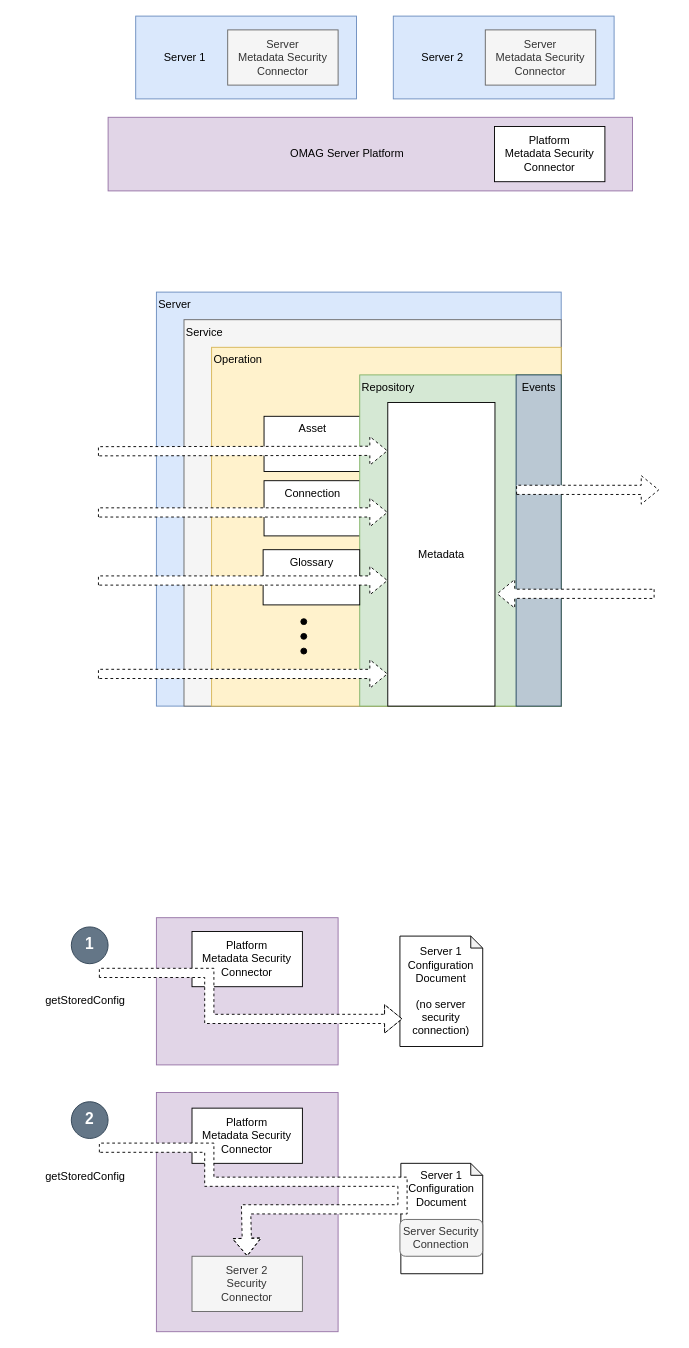
Before: page "security-overview" (1 of 5) of site/docs/features/metadata-security/metadata-security.drawio in odpi/egeria-docs, a draw.io diagram. Source tidied: cells renumbered, new cells numbered last; positions are measured from the earlier drawing's top-left corner, leaving out a move shared by most shapes. Both pictures are drawn from the tidied source at 92%, with x=0, y=0 at pixel (34, 16).
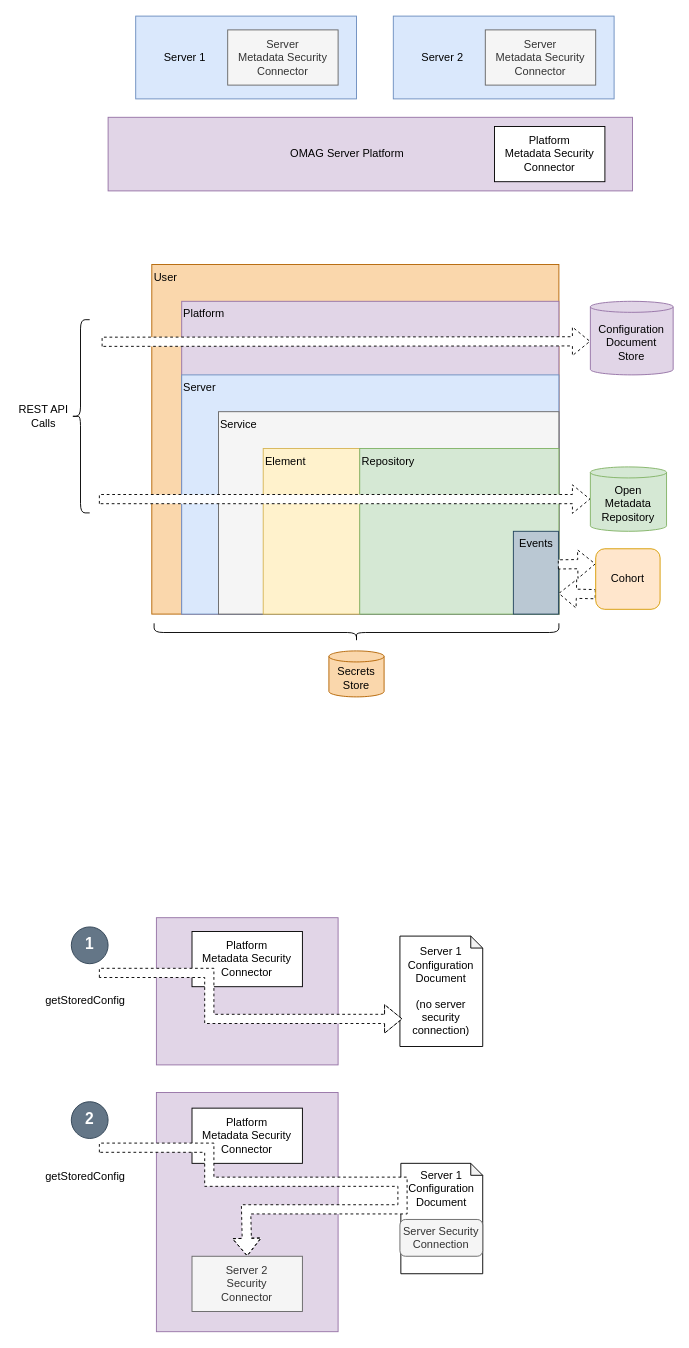
The same diagram, later.

Diff of the diagram source:
```diff
@@
+    <mxCell id="41" value="User" style="rounded=0;whiteSpace=wrap;html=1;spacingRight=50;fillColor=#fad7ac;strokeColor=#b46504;verticalAlign=top;align=left;" parent="1" vertex="1">
+      <mxGeometry x="127.5" y="270" width="442.5" height="380" as="geometry" />
+    </mxCell>
+    <mxCell id="42" value="Platform" style="rounded=0;whiteSpace=wrap;html=1;spacingRight=50;fillColor=#e1d5e7;strokeColor=#9673a6;verticalAlign=top;align=left;" parent="1" vertex="1">
+      <mxGeometry x="160" y="310" width="410" height="340" as="geometry" />
+    </mxCell>
@@
     <mxCell id="8" value="Server" style="rounded=0;whiteSpace=wrap;html=1;align=left;verticalAlign=top;fillColor=#dae8fc;strokeColor=#6c8ebf;" parent="1" vertex="1">
-      <mxGeometry x="132.5" y="300" width="440" height="450" as="geometry" />
+      <mxGeometry x="160" y="390" width="410" height="260" as="geometry" />
     </mxCell>
     <mxCell id="9" value="Service" style="rounded=0;whiteSpace=wrap;html=1;align=left;verticalAlign=top;fillColor=#f5f5f5;strokeColor=#666666;" parent="1" vertex="1">
-      <mxGeometry x="162.5" y="330" width="410" height="420" as="geometry" />
+      <mxGeometry x="200" y="430" width="370" height="220" as="geometry" />
     </mxCell>
-    <mxCell id="10" value="Operation" style="rounded=0;whiteSpace=wrap;html=1;align=left;verticalAlign=top;fillColor=#fff2cc;strokeColor=#d6b656;" parent="1" vertex="1">
-      <mxGeometry x="192.5" y="360" width="380" height="390" as="geometry" />
-    </mxCell>
-    <mxCell id="11" value="Asset" style="rounded=0;whiteSpace=wrap;html=1;align=center;verticalAlign=top;" parent="1" vertex="1">
-      <mxGeometry x="249.5" y="435" width="105" height="60" as="geometry" />
+    <mxCell id="11" value="Element" style="rounded=0;whiteSpace=wrap;html=1;align=left;verticalAlign=top;fillColor=#fff2cc;strokeColor=#d6b656;" parent="1" vertex="1">
+      <mxGeometry x="248.6" y="470" width="105" height="180" as="geometry" />
     </mxCell>
-    <mxCell id="12" value="Connection" style="rounded=0;whiteSpace=wrap;html=1;align=center;verticalAlign=top;" parent="1" vertex="1">
-      <mxGeometry x="249.5" y="505" width="105" height="60" as="geometry" />
-    </mxCell>
-    <mxCell id="13" style="group;" parent="1" vertex="1">
-      <mxGeometry x="289.5" y="655" width="8" height="40" as="geometry" />
-    </mxCell>
-    <mxCell id="14" style="ellipse;whiteSpace=wrap;html=1;align=center;fillColor=#000000;" parent="13" vertex="1">
-      <mxGeometry width="6.4" height="6.4" as="geometry" />
-    </mxCell>
-    <mxCell id="15" style="ellipse;whiteSpace=wrap;html=1;align=center;fillColor=#000000;" parent="13" vertex="1">
-      <mxGeometry y="16" width="6.4" height="6.4" as="geometry" />
-    </mxCell>
-    <mxCell id="16" style="ellipse;whiteSpace=wrap;html=1;align=center;fillColor=#000000;" parent="13" vertex="1">
-      <mxGeometry y="32" width="6.4" height="6.4" as="geometry" />
-    </mxCell>
     <mxCell id="17" value="&lt;div style=&quot;text-align: left&quot;&gt;&lt;span&gt;Repository&lt;/span&gt;&lt;/div&gt;" style="rounded=0;whiteSpace=wrap;html=1;fillColor=#d5e8d4;fontColor=#000000;align=left;verticalAlign=top;strokeColor=#82b366;" parent="1" vertex="1">
-      <mxGeometry x="353.5" y="390" width="219" height="360" as="geometry" />
+      <mxGeometry x="353.5" y="470" width="216.5" height="180" as="geometry" />
     </mxCell>
-    <mxCell id="18" style="shape=flexArrow;endArrow=classic;html=1;fillColor=#ffffff;dashed=1;entryX=0;entryY=0.25;" parent="1" edge="1">
+    <mxCell id="18" style="shape=flexArrow;endArrow=classic;html=1;fillColor=#ffffff;dashed=1;entryX=0;entryY=0.5;entryDx=0;entryDy=0;entryPerimeter=0;" parent="1" edge="1" target="46">
       <mxGeometry relative="1" as="geometry">
-        <mxPoint x="69" y="473" as="sourcePoint" />
-        <mxPoint x="384" y="472.5" as="targetPoint" />
+        <mxPoint x="70" y="525" as="sourcePoint" />
       </mxGeometry>
     </mxCell>
-    <mxCell id="19" style="shape=flexArrow;endArrow=classic;html=1;fillColor=#ffffff;dashed=1;entryX=0;entryY=0.25;" parent="1" edge="1">
-      <mxGeometry relative="1" as="geometry">
-        <mxPoint x="69" y="539.5" as="sourcePoint" />
-        <mxPoint x="384" y="539.5" as="targetPoint" />
-      </mxGeometry>
-    </mxCell>
-    <mxCell id="20" style="shape=flexArrow;endArrow=classic;html=1;fillColor=#ffffff;dashed=1;entryX=0;entryY=0.894;entryDx=0;entryDy=0;entryPerimeter=0;" parent="1" edge="1" target="22">
-      <mxGeometry relative="1" as="geometry">
-        <mxPoint x="69" y="715" as="sourcePoint" />
-      </mxGeometry>
-    </mxCell>
     <mxCell id="21" value="Events" style="rounded=0;whiteSpace=wrap;html=1;fillColor=#bac8d3;strokeColor=#23445d;verticalAlign=top;" parent="1" vertex="1">
-      <mxGeometry x="523.5" y="390" width="49" height="360" as="geometry" />
+      <mxGeometry x="520.5" y="560" width="49" height="90" as="geometry" />
     </mxCell>
-    <mxCell id="22" value="Metadata" style="rounded=0;whiteSpace=wrap;html=1;align=center;verticalAlign=middle;fillColor=#ffffff;strokeColor=#000000;" parent="1" vertex="1">
-      <mxGeometry x="384" y="420" width="116.5" height="330" as="geometry" />
-    </mxCell>
-    <mxCell id="23" style="shape=flexArrow;endArrow=classic;html=1;fillColor=#ffffff;dashed=1;exitX=0;exitY=0.347;exitDx=0;exitDy=0;exitPerimeter=0;" parent="1" edge="1" source="21">
+    <mxCell id="23" style="shape=flexArrow;endArrow=classic;html=1;fillColor=#ffffff;dashed=1;exitX=0.995;exitY=0.212;exitDx=0;exitDy=0;exitPerimeter=0;entryX=0;entryY=0.25;entryDx=0;entryDy=0;" parent="1" edge="1" target="43">
       <mxGeometry relative="1" as="geometry">
-        <mxPoint x="679" y="515" as="targetPoint" />
+        <mxPoint x="568.9" y="596" as="sourcePoint" />
       </mxGeometry>
     </mxCell>
-    <mxCell id="24" style="shape=flexArrow;endArrow=classic;html=1;fillColor=#ffffff;dashed=1;entryX=1.017;entryY=0.63;entryDx=0;entryDy=0;entryPerimeter=0;" parent="1" edge="1" target="22">
-      <mxGeometry relative="1" as="geometry">
-        <mxPoint x="674" y="628" as="sourcePoint" />
-      </mxGeometry>
+    <mxCell id="24" style="shape=flexArrow;endArrow=classic;html=1;fillColor=#ffffff;dashed=1;entryX=1;entryY=0.75;entryDx=0;entryDy=0;exitX=0;exitY=0.75;exitDx=0;exitDy=0;" parent="1" edge="1" source="43" target="21">
+      <mxGeometry relative="1" as="geometry" />
     </mxCell>
-    <mxCell id="25" value="Glossary" style="rounded=0;whiteSpace=wrap;html=1;align=center;verticalAlign=top;" parent="1" vertex="1">
-      <mxGeometry x="248.5" y="580" width="105" height="60" as="geometry" />
-    </mxCell>
-    <mxCell id="26" style="shape=flexArrow;endArrow=classic;html=1;fillColor=#ffffff;dashed=1;entryX=0;entryY=0.25;" parent="1" edge="1">
-      <mxGeometry relative="1" as="geometry">
-        <mxPoint x="69" y="613.5" as="sourcePoint" />
-        <mxPoint x="384" y="613.5" as="targetPoint" />
-      </mxGeometry>
-    </mxCell>
@@
+    <mxCell id="43" value="Cohort" style="rounded=1;whiteSpace=wrap;html=1;fillColor=#ffe6cc;strokeColor=#d79b00;" parent="1" vertex="1">
+      <mxGeometry x="610" y="579" width="70" height="65.8" as="geometry" />
+    </mxCell>
+    <mxCell id="44" value="Configuration&lt;div&gt;Document&lt;/div&gt;&lt;div&gt;Store&lt;/div&gt;" style="shape=cylinder3;whiteSpace=wrap;html=1;boundedLbl=1;backgroundOutline=1;size=6;fillColor=#e1d5e7;strokeColor=#9673a6;" parent="1" vertex="1">
+      <mxGeometry x="604.2" y="310" width="90" height="80" as="geometry" />
+    </mxCell>
+    <mxCell id="45" value="Secrets Store" style="shape=cylinder3;whiteSpace=wrap;html=1;boundedLbl=1;backgroundOutline=1;size=6;fillColor=#fad7ac;strokeColor=#b46504;" parent="1" vertex="1">
+      <mxGeometry x="320" y="690" width="60" height="50" as="geometry" />
+    </mxCell>
+    <mxCell id="46" value="Open&lt;div&gt;Metadata&lt;/div&gt;&lt;div&gt;Repository&lt;/div&gt;" style="shape=cylinder3;whiteSpace=wrap;html=1;boundedLbl=1;backgroundOutline=1;size=6;fillColor=#d5e8d4;strokeColor=#82b366;" parent="1" vertex="1">
+      <mxGeometry x="604.2" y="490" width="82.8" height="70" as="geometry" />
+    </mxCell>
+    <mxCell id="47" style="shape=curlyBracket;whiteSpace=wrap;html=1;rounded=1;labelPosition=left;verticalLabelPosition=middle;align=right;verticalAlign=middle;rotation=-90;" parent="1" vertex="1">
+      <mxGeometry x="340" y="450" width="20" height="440" as="geometry" />
+    </mxCell>
+    <mxCell id="48" style="shape=flexArrow;endArrow=classic;html=1;fillColor=#ffffff;dashed=1;entryX=0;entryY=0.5;entryDx=0;entryDy=0;entryPerimeter=0;" parent="1" edge="1">
+      <mxGeometry relative="1" as="geometry">
+        <mxPoint x="73" y="354" as="sourcePoint" />
+        <mxPoint x="604.2" y="353.5" as="targetPoint" />
+      </mxGeometry>
+    </mxCell>
+    <mxCell id="49" style="shape=curlyBracket;whiteSpace=wrap;html=1;rounded=1;labelPosition=left;verticalLabelPosition=middle;align=right;verticalAlign=middle;" parent="1" vertex="1">
+      <mxGeometry x="40" y="330" width="20" height="210" as="geometry" />
+    </mxCell>
+    <mxCell id="50" value="REST API&lt;div&gt;Calls&lt;/div&gt;" style="text;html=1;whiteSpace=wrap;strokeColor=none;fillColor=none;align=center;verticalAlign=middle;rounded=0;" parent="1" vertex="1">
+      <mxGeometry x="-20" y="420" width="60" height="30" as="geometry" />
+    </mxCell>
```
